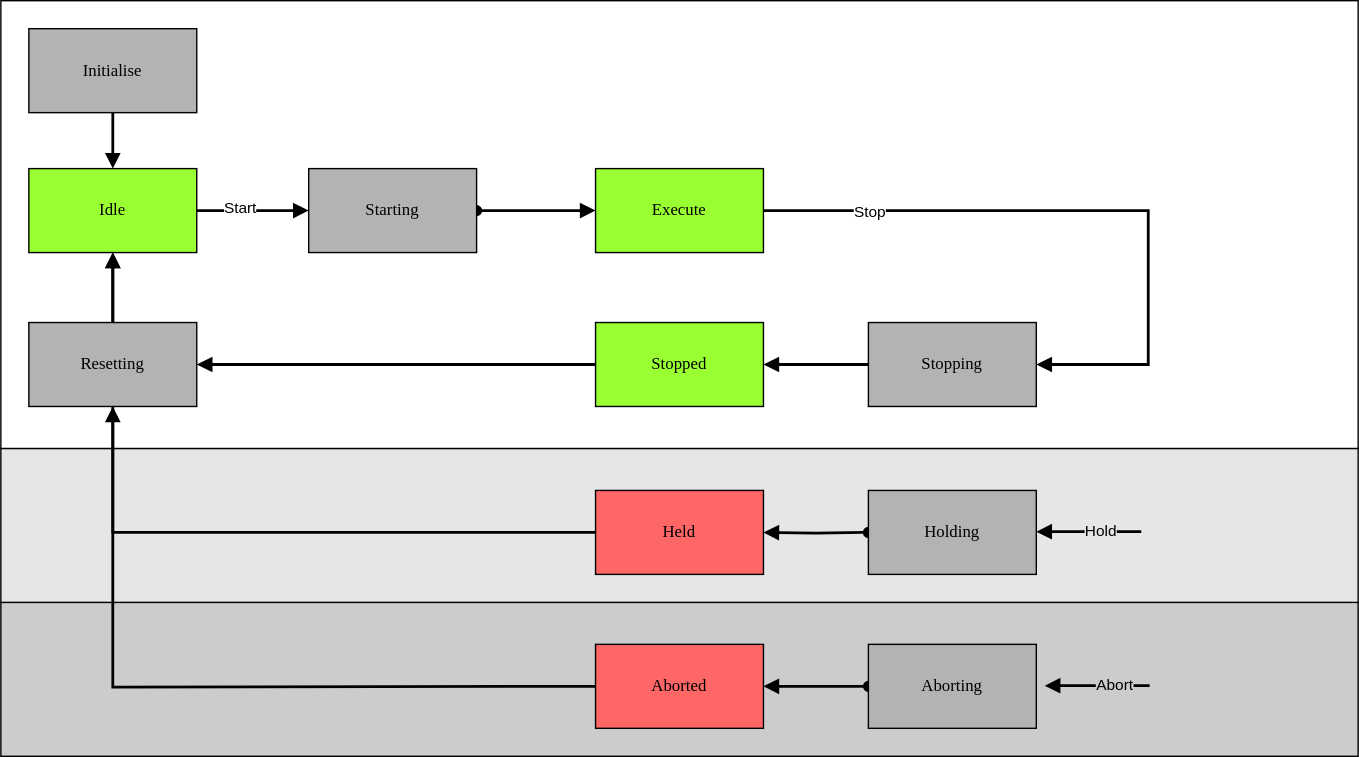
Before: docs/StateMachine.drawio.svg, a diagram exported from draw.io (PeterZerlauth/Tc3_Component). Source tidied: cells renumbered, new cells last; positions are measured from the earlier drawing's top-left corner, leaving out a move shared by most shapes.
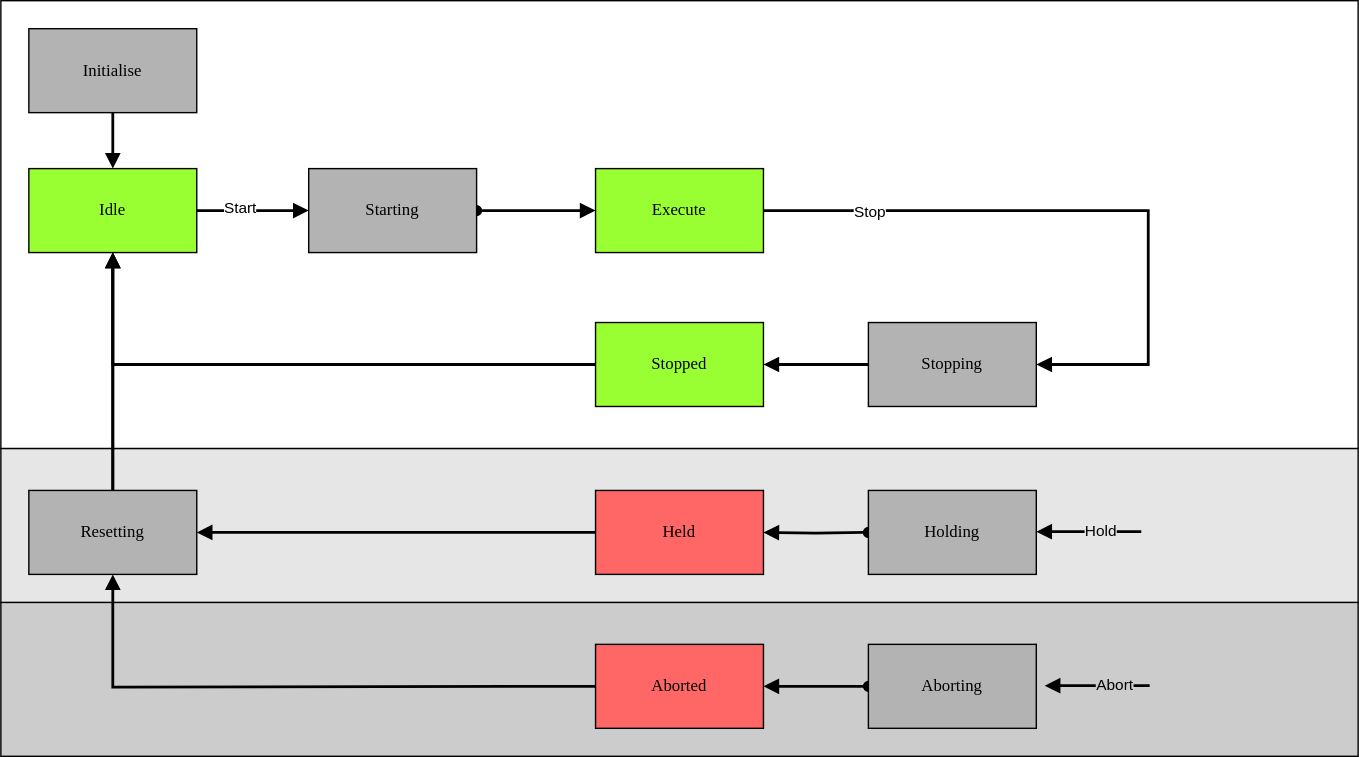
Later version of the same file.

What changed in the source:
```diff
@@ -23,7 +23,7 @@
     <mxCell id="8" value="Idle" style="rounded=0;whiteSpace=wrap;html=1;arcSize=24;fillColor=#99FF33;strokeColor=#000000;shadow=0;comic=0;labelBackgroundColor=none;fontFamily=Verdana;fontSize=12;fontColor=#000000;align=center;" parent="1" vertex="1">
       <mxGeometry x="20" y="120" width="120" height="60" as="geometry" />
     </mxCell>
-    <mxCell id="9" style="edgeStyle=orthogonalEdgeStyle;rounded=0;jettySize=auto;html=1;entryX=0.5;entryY=1;entryDx=0;entryDy=0;strokeColor=default;align=center;verticalAlign=middle;fontFamily=Helvetica;fontSize=11;fontColor=default;labelBackgroundColor=default;endArrow=block;endFill=1;strokeWidth=2;" parent="1" edge="1" source="10" target="8">
+    <mxCell id="9" style="edgeStyle=orthogonalEdgeStyle;rounded=0;jettySize=auto;html=1;entryX=0.5;entryY=1;entryDx=0;entryDy=0;strokeColor=default;align=center;verticalAlign=middle;fontFamily=Helvetica;fontSize=11;fontColor=default;labelBackgroundColor=default;endArrow=block;endFill=1;strokeWidth=2;" parent="1" edge="1" source="30" target="8">
       <mxGeometry relative="1" as="geometry" />
     </mxCell>
     <mxCell id="10" value="Held" style="rounded=0;whiteSpace=wrap;html=1;arcSize=24;fillColor=#FF6666;strokeColor=#000000;shadow=0;comic=0;labelBackgroundColor=none;fontFamily=Verdana;fontSize=12;fontColor=#000000;align=center;" parent="1" vertex="1">
@@ -99,7 +99,7 @@
         <mxPoint x="-111" y="3" as="offset" />
       </mxGeometry>
     </mxCell>
-    <mxCell id="28" style="edgeStyle=orthogonalEdgeStyle;rounded=0;jettySize=auto;html=1;strokeColor=default;align=center;verticalAlign=middle;fontFamily=Helvetica;fontSize=11;fontColor=default;labelBackgroundColor=default;endArrow=block;endFill=1;strokeWidth=2;exitX=0;exitY=0.5;exitDx=0;exitDy=0;" parent="1" edge="1" source="22" target="30">
+    <mxCell id="28" style="edgeStyle=orthogonalEdgeStyle;rounded=0;jettySize=auto;html=1;strokeColor=default;align=center;verticalAlign=middle;fontFamily=Helvetica;fontSize=11;fontColor=default;labelBackgroundColor=default;endArrow=block;endFill=1;strokeWidth=2;exitX=0;exitY=0.5;exitDx=0;exitDy=0;entryX=0.5;entryY=1;entryDx=0;entryDy=0;" parent="1" edge="1" source="22" target="8">
       <mxGeometry relative="1" as="geometry" />
     </mxCell>
     <mxCell id="29" style="edgeStyle=orthogonalEdgeStyle;rounded=0;jettySize=auto;html=1;strokeColor=default;align=center;verticalAlign=middle;fontFamily=Helvetica;fontSize=11;fontColor=default;labelBackgroundColor=default;endArrow=block;endFill=1;strokeWidth=2;entryX=0.5;entryY=1;entryDx=0;entryDy=0;" parent="1" edge="1" target="30">
@@ -107,14 +107,22 @@
         <mxPoint x="425" y="490" as="sourcePoint" />
       </mxGeometry>
     </mxCell>
-    <mxCell id="30" value="Resetting" style="rounded=0;whiteSpace=wrap;html=1;arcSize=24;fillColor=#B3B3B3;strokeColor=#000000;shadow=0;comic=0;labelBackgroundColor=none;fontFamily=Verdana;fontSize=12;fontColor=#000000;align=center;" parent="1" vertex="1">
-      <mxGeometry x="20" y="230" width="120" height="60" as="geometry" />
-    </mxCell>
     <mxCell id="31" value="Initialise" style="rounded=0;whiteSpace=wrap;html=1;arcSize=24;fillColor=#B3B3B3;strokeColor=#000000;shadow=0;comic=0;labelBackgroundColor=none;fontFamily=Verdana;fontSize=12;fontColor=#000000;align=center;" parent="1" vertex="1">
       <mxGeometry x="20" y="20" width="120" height="60" as="geometry" />
     </mxCell>
     <mxCell id="32" style="edgeStyle=orthogonalEdgeStyle;rounded=0;jettySize=auto;html=1;strokeColor=default;align=center;verticalAlign=middle;fontFamily=Helvetica;fontSize=11;fontColor=default;labelBackgroundColor=default;endArrow=block;endFill=1;strokeWidth=2;entryX=0.5;entryY=0;entryDx=0;entryDy=0;exitX=0.5;exitY=1;exitDx=0;exitDy=0;" parent="1" edge="1" source="31" target="8">
       <mxGeometry relative="1" as="geometry" />
     </mxCell>
+    <mxCell id="33" style="edgeStyle=orthogonalEdgeStyle;rounded=0;jettySize=auto;html=1;entryX=1;entryY=0.5;entryDx=0;entryDy=0;strokeColor=default;align=center;verticalAlign=middle;fontFamily=Helvetica;fontSize=11;fontColor=default;labelBackgroundColor=default;endArrow=block;endFill=1;strokeWidth=2;" parent="1" edge="1" source="10" target="30">
+      <mxGeometry relative="1" as="geometry">
+        <Array as="points">
+          <mxPoint x="230" y="380" />
+          <mxPoint x="230" y="380" />
+        </Array>
+      </mxGeometry>
+    </mxCell>
+    <mxCell id="30" value="Resetting" style="rounded=0;whiteSpace=wrap;html=1;arcSize=24;fillColor=#B3B3B3;strokeColor=#000000;shadow=0;comic=0;labelBackgroundColor=none;fontFamily=Verdana;fontSize=12;fontColor=#000000;align=center;" parent="1" vertex="1">
+      <mxGeometry x="20" y="350" width="120" height="60" as="geometry" />
+    </mxCell>
   </root>
 </mxGraphModel>
```
